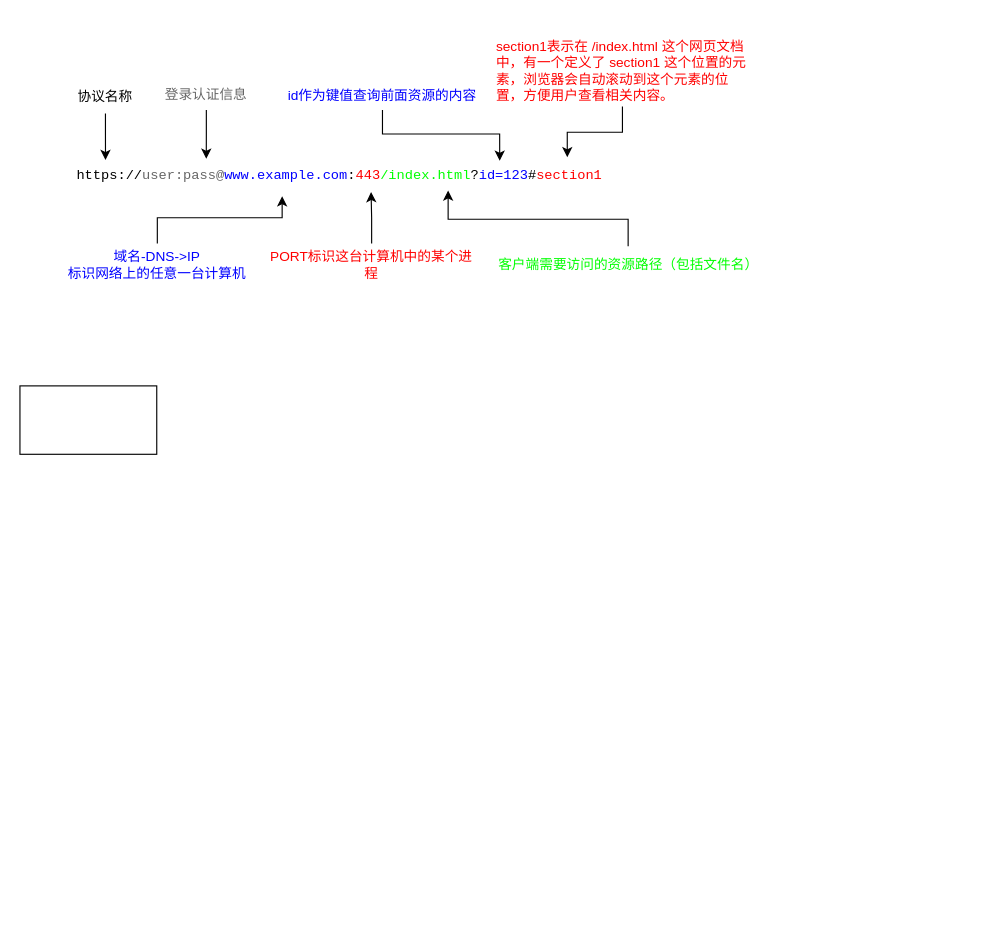
Earlier version of the draw.io diagram 网络/HTTP1.drawio (xyshawy/DRAW). Source tidied: cells renumbered, new cells numbered last; positions are measured from the earlier drawing's top-left corner, leaving out a move shared by most shapes. Both pictures are drawn from the tidied source at 114%, with x=0, y=0 at pixel (19, 19).
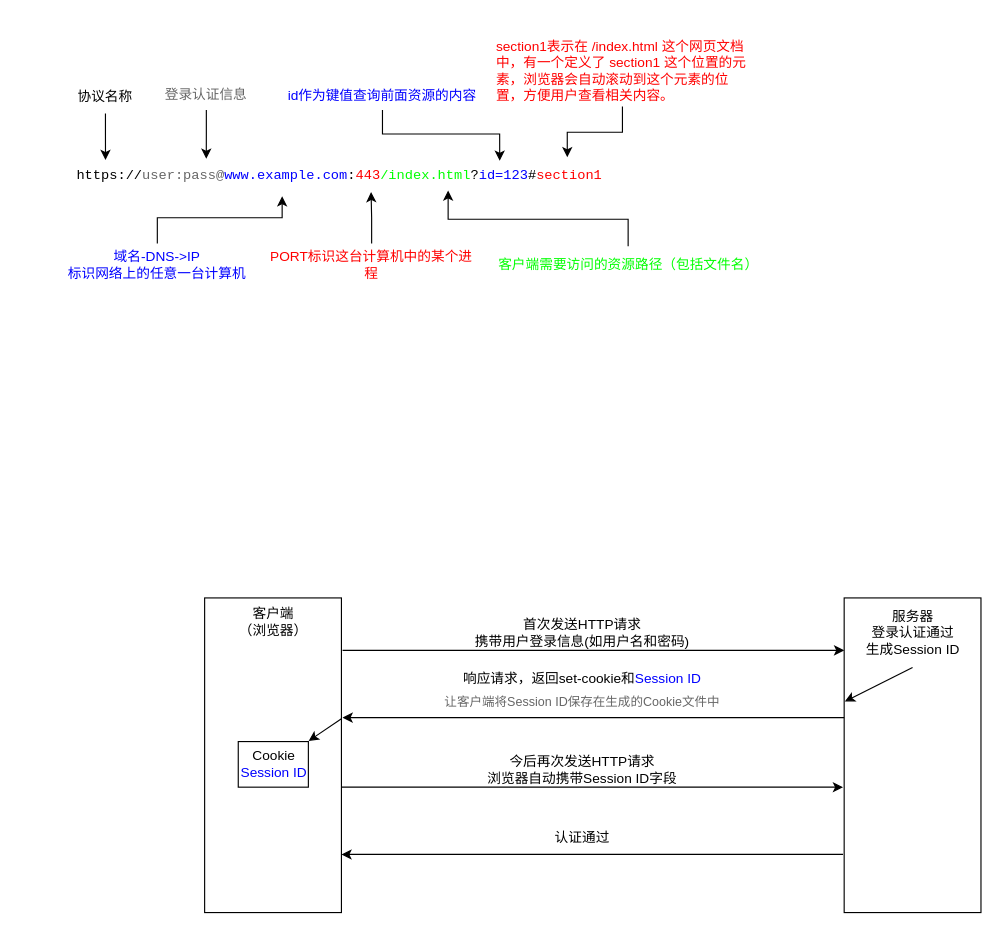
The same page after the edit.

The edit, as a diff of the source:
```diff
@@
     <mxCell id="17" style="rounded=0;whiteSpace=wrap;html=1;" parent="1" vertex="1">
-      <mxGeometry y="321" width="120" height="60" as="geometry" />
+      <mxGeometry x="162" y="507" width="120" height="276" as="geometry" />
     </mxCell>
+    <mxCell id="18" style="rounded=0;whiteSpace=wrap;html=1;" parent="1" vertex="1">
+      <mxGeometry x="723" y="507" width="120" height="276" as="geometry" />
+    </mxCell>
+    <mxCell id="19" value="Cookie&lt;br&gt;&lt;font color=&quot;#0000ff&quot;&gt;Session ID&lt;/font&gt;" style="rounded=0;whiteSpace=wrap;html=1;" parent="1" vertex="1">
+      <mxGeometry x="191.5" y="633" width="61.5" height="40" as="geometry" />
+    </mxCell>
+    <mxCell id="20" style="endArrow=classic;html=1;rounded=0;" parent="1" edge="1">
+      <mxGeometry relative="1" as="geometry">
+        <mxPoint x="283" y="553" as="sourcePoint" />
+        <mxPoint x="723" y="553" as="targetPoint" />
+      </mxGeometry>
+    </mxCell>
+    <mxCell id="21" style="endArrow=classic;html=1;rounded=0;" parent="1" edge="1">
+      <mxGeometry relative="1" as="geometry">
+        <mxPoint x="723" y="612" as="sourcePoint" />
+        <mxPoint x="283" y="612" as="targetPoint" />
+      </mxGeometry>
+    </mxCell>
+    <mxCell id="22" style="endArrow=classic;html=1;rounded=0;" parent="1" edge="1">
+      <mxGeometry relative="1" as="geometry">
+        <mxPoint x="282" y="673" as="sourcePoint" />
+        <mxPoint x="722" y="673" as="targetPoint" />
+      </mxGeometry>
+    </mxCell>
+    <mxCell id="23" style="endArrow=classic;html=1;rounded=0;" parent="1" edge="1">
+      <mxGeometry relative="1" as="geometry">
+        <mxPoint x="722" y="732" as="sourcePoint" />
+        <mxPoint x="282" y="732" as="targetPoint" />
+      </mxGeometry>
+    </mxCell>
+    <mxCell id="24" value="&lt;font face=&quot;黑体&quot;&gt;首次发送HTTP请求&lt;br&gt;携带用户登录信息(如用户名和密码)&lt;br&gt;&lt;/font&gt;" style="text;html=1;align=center;verticalAlign=middle;strokeColor=none;fillColor=none;" parent="1" vertex="1">
+      <mxGeometry x="383" y="518" width="220" height="40" as="geometry" />
+    </mxCell>
+    <mxCell id="25" value="&lt;font face=&quot;黑体&quot;&gt;响应请求，返回set-cookie和&lt;font color=&quot;#0000ff&quot;&gt;Session ID&lt;/font&gt;&lt;/font&gt;" style="text;html=1;align=center;verticalAlign=middle;strokeColor=none;fillColor=none;" parent="1" vertex="1">
+      <mxGeometry x="373" y="563" width="240" height="30" as="geometry" />
+    </mxCell>
+    <mxCell id="26" value="&lt;font face=&quot;黑体&quot;&gt;今后再次发送HTTP请求&lt;br&gt;浏览器自动携带Session ID字段&lt;br&gt;&lt;/font&gt;" style="text;html=1;align=center;verticalAlign=middle;strokeColor=none;fillColor=none;" parent="1" vertex="1">
+      <mxGeometry x="398" y="638" width="190" height="40" as="geometry" />
+    </mxCell>
+    <mxCell id="27" value="&lt;font face=&quot;黑体&quot;&gt;认证通过&lt;/font&gt;" style="text;html=1;align=center;verticalAlign=middle;strokeColor=none;fillColor=none;" parent="1" vertex="1">
+      <mxGeometry x="458" y="703" width="70" height="30" as="geometry" />
+    </mxCell>
+    <mxCell id="28" value="&lt;font face=&quot;黑体&quot;&gt;客户端&lt;br&gt;（浏览器）&lt;br&gt;&lt;/font&gt;" style="text;html=1;align=center;verticalAlign=middle;strokeColor=none;fillColor=none;" parent="1" vertex="1">
+      <mxGeometry x="182" y="508" width="80" height="40" as="geometry" />
+    </mxCell>
+    <mxCell id="29" value="&lt;font face=&quot;黑体&quot;&gt;服务器&lt;br&gt;登录认证通过&lt;br&gt;生成Session ID&lt;br&gt;&lt;/font&gt;" style="text;html=1;align=center;verticalAlign=middle;strokeColor=none;fillColor=none;" parent="1" vertex="1">
+      <mxGeometry x="728" y="508" width="110" height="60" as="geometry" />
+    </mxCell>
+    <mxCell id="30" style="endArrow=classic;html=1;rounded=0;entryX=0.005;entryY=0.329;entryDx=0;entryDy=0;entryPerimeter=0;" parent="1" edge="1" target="18">
+      <mxGeometry relative="1" as="geometry">
+        <mxPoint x="783" y="568" as="sourcePoint" />
+      </mxGeometry>
+    </mxCell>
+    <mxCell id="31" style="endArrow=classic;html=1;rounded=0;entryX=1.004;entryY=-0.014;entryDx=0;entryDy=0;entryPerimeter=0;" parent="1" edge="1" target="19">
+      <mxGeometry relative="1" as="geometry">
+        <mxPoint x="282" y="613" as="sourcePoint" />
+      </mxGeometry>
+    </mxCell>
+    <mxCell id="32" value="&lt;font face=&quot;黑体&quot;&gt;&lt;font style=&quot;font-size: 11px;&quot; color=&quot;#666666&quot;&gt;让客户端将Session ID保存在生成的Cookie文件中&lt;/font&gt;&lt;br&gt;&lt;/font&gt;" style="text;html=1;align=center;verticalAlign=middle;strokeColor=none;fillColor=none;" parent="1" vertex="1">
+      <mxGeometry x="348" y="583" width="290" height="30" as="geometry" />
+    </mxCell>
```
